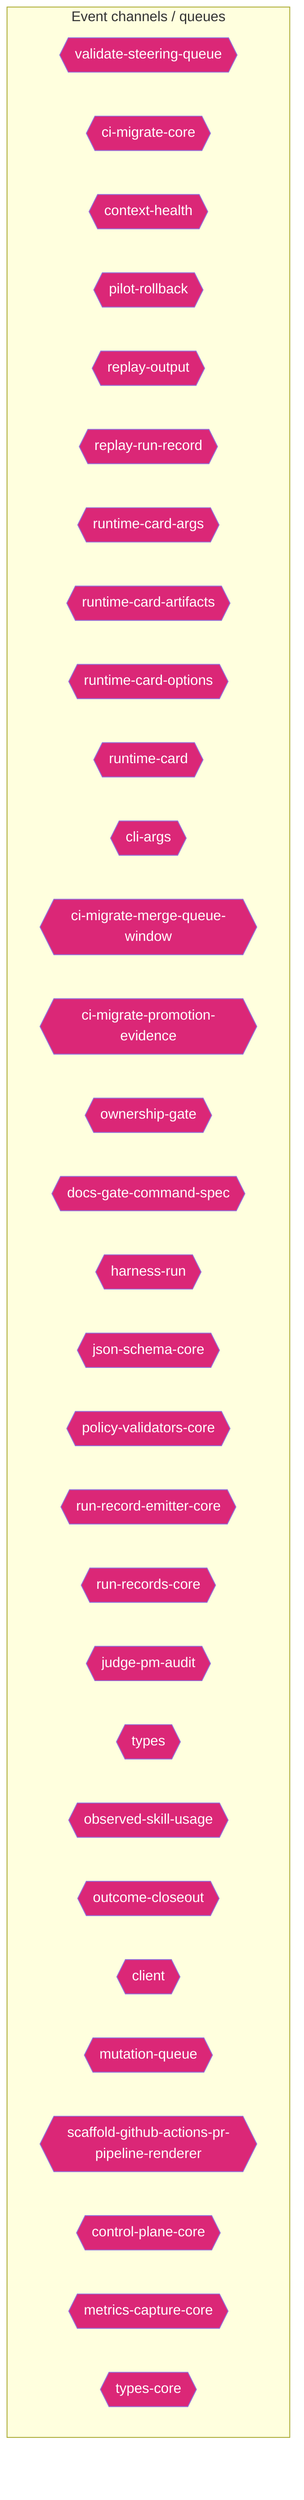
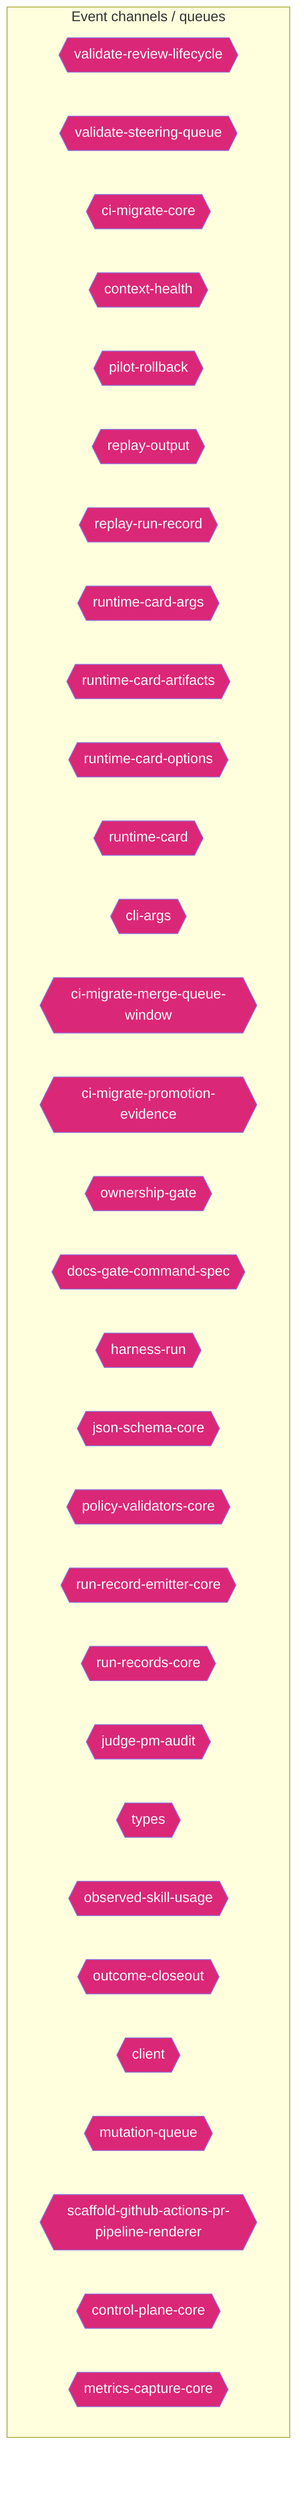
flowchart TD
  subgraph Channels["Event channels / queues"]
+     validate_review_lifecycle_0b410d1e{{"validate-review-lifecycle"}}
    validate_steering_queue_4bc0cc94{{"validate-steering-queue"}}
    ci_migrate_core_7005b5af{{"ci-migrate-core"}}
    context_health_80bb7da9{{"context-health"}}
    pilot_rollback_00c1f82c{{"pilot-rollback"}}
    replay_output_993eda9e{{"replay-output"}}
    replay_run_record_9a08cce2{{"replay-run-record"}}
    runtime_card_args_2b3d4b28{{"runtime-card-args"}}
    runtime_card_artifacts_143b799c{{"runtime-card-artifacts"}}
    runtime_card_options_c9156ad5{{"runtime-card-options"}}
    runtime_card_e06b53e1{{"runtime-card"}}
    cli_args_1_6144b055{{"cli-args"}}
    ci_migrate_merge_queue_window_0070bd6d{{"ci-migrate-merge-queue-window"}}
    ci_migrate_promotion_evidence_1a2dc527{{"ci-migrate-promotion-evidence"}}
    ownership_gate_2e194d13{{"ownership-gate"}}
    docs_gate_command_spec_16795187{{"docs-gate-command-spec"}}
    harness_run_c0761792{{"harness-run"}}
    json_schema_core_96d7e328{{"json-schema-core"}}
    policy_validators_core_714a3fe7{{"policy-validators-core"}}
    run_record_emitter_core_688049d5{{"run-record-emitter-core"}}
    run_records_core_89286dfa{{"run-records-core"}}
    judge_pm_audit_ccd20b35{{"judge-pm-audit"}}
    types_8_f6283648{{"types"}}
    observed_skill_usage_ed7d5930{{"observed-skill-usage"}}
    outcome_closeout_ba497ec2{{"outcome-closeout"}}
    client_948fe603{{"client"}}
    mutation_queue_ce5a530e{{"mutation-queue"}}
    scaffold_github_actions_pr_pipeline_renderer_1ee18de5{{"scaffold-github-actions-pr-pipeline-renderer"}}
    control_plane_core_db3b4cb2{{"control-plane-core"}}
    metrics_capture_core_db4bf7cf{{"metrics-capture-core"}}
-     types_core_1_8bd0f8fd{{"types-core"}}
  end
  classDef eventNode fill:#db2777,color:#fff
-   class validate_steering_queue_4bc0cc94,ci_migrate_core_7005b5af,context_health_80bb7da9,pilot_rollback_00c1f82c,replay_output_993eda9e,replay_run_record_9a08cce2,runtime_card_args_2b3d4b28,runtime_card_artifacts_143b799c,runtime_card_options_c9156ad5,runtime_card_e06b53e1,cli_args_1_6144b055,ci_migrate_merge_queue_window_0070bd6d,ci_migrate_promotion_evidence_1a2dc527,ownership_gate_2e194d13,docs_gate_command_spec_16795187,harness_run_c0761792,json_schema_core_96d7e328,policy_validators_core_714a3fe7,run_record_emitter_core_688049d5,run_records_core_89286dfa,judge_pm_audit_ccd20b35,types_8_f6283648,observed_skill_usage_ed7d5930,outcome_closeout_ba497ec2,client_948fe603,mutation_queue_ce5a530e,scaffold_github_actions_pr_pipeline_renderer_1ee18de5,control_plane_core_db3b4cb2,metrics_capture_core_db4bf7cf,types_core_1_8bd0f8fd eventNode
+   class validate_review_lifecycle_0b410d1e,validate_steering_queue_4bc0cc94,ci_migrate_core_7005b5af,context_health_80bb7da9,pilot_rollback_00c1f82c,replay_output_993eda9e,replay_run_record_9a08cce2,runtime_card_args_2b3d4b28,runtime_card_artifacts_143b799c,runtime_card_options_c9156ad5,runtime_card_e06b53e1,cli_args_1_6144b055,ci_migrate_merge_queue_window_0070bd6d,ci_migrate_promotion_evidence_1a2dc527,ownership_gate_2e194d13,docs_gate_command_spec_16795187,harness_run_c0761792,json_schema_core_96d7e328,policy_validators_core_714a3fe7,run_record_emitter_core_688049d5,run_records_core_89286dfa,judge_pm_audit_ccd20b35,types_8_f6283648,observed_skill_usage_ed7d5930,outcome_closeout_ba497ec2,client_948fe603,mutation_queue_ce5a530e,scaffold_github_actions_pr_pipeline_renderer_1ee18de5,control_plane_core_db3b4cb2,metrics_capture_core_db4bf7cf eventNode
